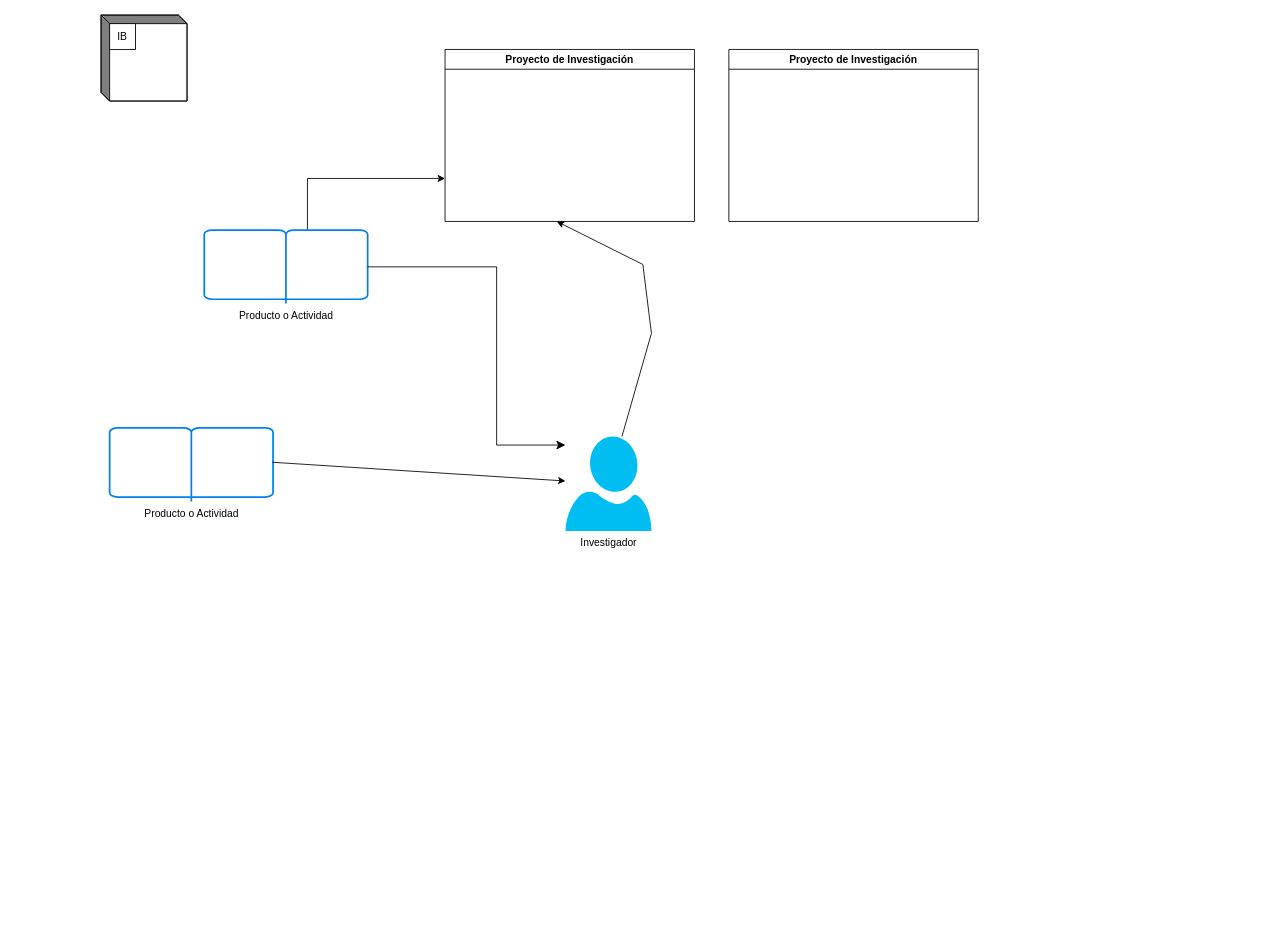
The draw.io diagram relaciones.drawio in mariogb/automatic-code-write, before the edit. Source tidied: cells renumbered, new cells numbered last; positions are measured from the earlier drawing's top-left corner, leaving out a move shared by most shapes. Both pictures are drawn from the tidied source at 86%, with x=0, y=0 at pixel (101, 15).
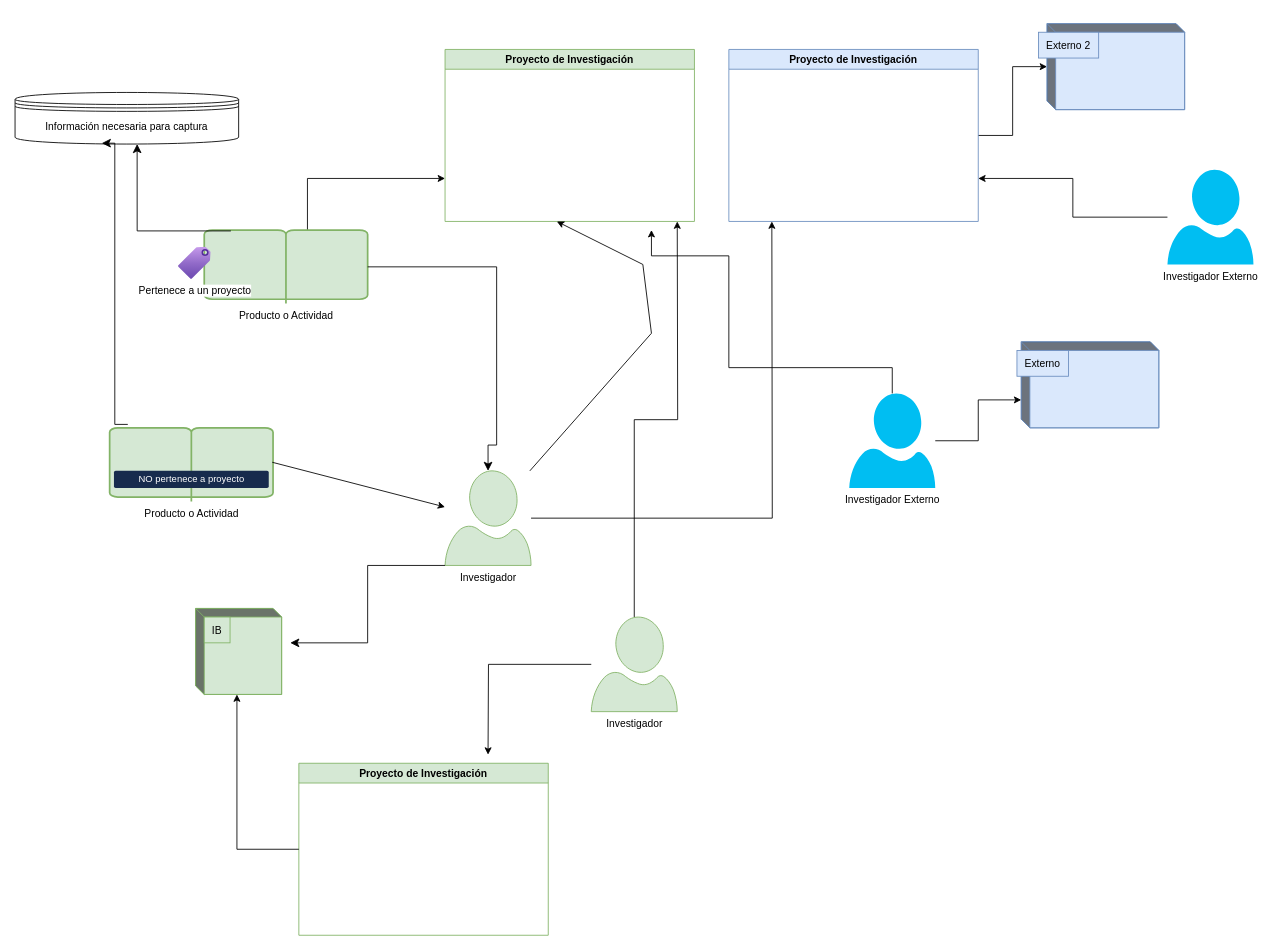
The same page after the edit.

What changed in the source:
```diff
@@
-    <mxCell id="2" value="Proyecto de Investigación" style="swimlane;startSize=23;" parent="1" vertex="1">
+    <mxCell id="2" value="Proyecto de Investigación" style="swimlane;startSize=23;fillColor=#d5e8d4;strokeColor=#82b366;" parent="1" vertex="1">
       <mxGeometry x="400" y="40" width="290" height="200" as="geometry" />
     </mxCell>
+    <mxCell id="13" style="edgeStyle=orthogonalEdgeStyle;rounded=0;jettySize=auto;html=1;" parent="1" edge="1" source="3">
+      <mxGeometry relative="1" as="geometry">
+        <mxPoint x="780" y="240" as="targetPoint" />
+      </mxGeometry>
+    </mxCell>
-    <mxCell id="3" value="Investigador" style="verticalLabelPosition=bottom;html=1;verticalAlign=top;align=center;strokeColor=none;fillColor=#00BEF2;shape=mxgraph.azure.user;" parent="1" vertex="1">
-      <mxGeometry x="540" y="490" width="100" height="110" as="geometry" />
+    <mxCell id="3" value="Investigador" style="verticalLabelPosition=bottom;html=1;verticalAlign=top;align=center;strokeColor=#82b366;fillColor=#d5e8d4;shape=mxgraph.azure.user;" parent="1" vertex="1">
+      <mxGeometry x="400" y="530" width="100" height="110" as="geometry" />
     </mxCell>
@@
-    <mxCell id="5" value="Producto o Actividad" style="html=1;verticalLabelPosition=bottom;align=center;labelBackgroundColor=#ffffff;verticalAlign=top;strokeWidth=2;strokeColor=#0080F0;shadow=0;dashed=0;shape=mxgraph.ios7.icons.book;" parent="1" vertex="1">
+    <mxCell id="5" value="Producto o Actividad" style="html=1;verticalLabelPosition=bottom;align=center;labelBackgroundColor=#ffffff;verticalAlign=top;strokeWidth=2;strokeColor=#82b366;shadow=0;dashed=0;shape=mxgraph.ios7.icons.book;fillColor=#d5e8d4;" parent="1" vertex="1">
       <mxGeometry x="120" y="250" width="190" height="85.5" as="geometry" />
     </mxCell>
-    <mxCell id="6" value="Producto o Actividad" style="html=1;verticalLabelPosition=bottom;align=center;labelBackgroundColor=#ffffff;verticalAlign=top;strokeWidth=2;strokeColor=#0080F0;shadow=0;dashed=0;shape=mxgraph.ios7.icons.book;" parent="1" vertex="1">
+    <mxCell id="6" value="Producto o Actividad" style="html=1;verticalLabelPosition=bottom;align=center;labelBackgroundColor=#ffffff;verticalAlign=top;strokeWidth=2;strokeColor=#82b366;shadow=0;dashed=0;shape=mxgraph.ios7.icons.book;fillColor=#d5e8d4;" parent="1" vertex="1">
       <mxGeometry x="10" y="480" width="190" height="85.5" as="geometry" />
     </mxCell>
@@
-    <mxCell id="10" style="html=1;dashed=0;whiteSpace=wrap;shape=mxgraph.dfd.externalEntity;" parent="1" vertex="1">
-      <mxGeometry width="100" height="100" as="geometry" />
+    <mxCell id="10" style="html=1;dashed=0;whiteSpace=wrap;shape=mxgraph.dfd.externalEntity;fillColor=#d5e8d4;strokeColor=#82b366;" parent="1" vertex="1">
+      <mxGeometry x="110" y="690" width="100" height="100" as="geometry" />
     </mxCell>
@@
+    <mxCell id="14" style="edgeStyle=orthogonalEdgeStyle;rounded=0;jettySize=auto;html=1;" parent="1" edge="1" source="12" target="21">
+      <mxGeometry relative="1" as="geometry" />
+    </mxCell>
-    <mxCell id="12" value="Proyecto de Investigación" style="swimlane;startSize=23;" parent="1" vertex="1">
+    <mxCell id="12" value="Proyecto de Investigación" style="swimlane;startSize=23;fillColor=#dae8fc;strokeColor=#6c8ebf;" parent="1" vertex="1">
       <mxGeometry x="730" y="40" width="290" height="200" as="geometry" />
     </mxCell>
+    <mxCell id="15" style="edgeStyle=elbowEdgeStyle;elbow=horizontal;endArrow=classic;html=1;curved=0;rounded=0;endSize=8;startSize=8;exitX=0;exitY=1;exitDx=0;exitDy=0;exitPerimeter=0;" parent="1" edge="1" source="3">
+      <mxGeometry relative="1" as="geometry">
+        <mxPoint x="220" y="730" as="targetPoint" />
+      </mxGeometry>
+    </mxCell>
+    <mxCell id="16" style="edgeStyle=orthogonalEdgeStyle;rounded=0;jettySize=auto;html=1;" parent="1" edge="1" source="17">
+      <mxGeometry relative="1" as="geometry">
+        <mxPoint x="640" y="250" as="targetPoint" />
+        <Array as="points">
+          <mxPoint x="920" y="410" />
+          <mxPoint x="730" y="410" />
+          <mxPoint x="730" y="280" />
+        </Array>
+      </mxGeometry>
+    </mxCell>
+    <mxCell id="17" value="Investigador Externo" style="verticalLabelPosition=bottom;html=1;verticalAlign=top;align=center;strokeColor=none;fillColor=#00BEF2;shape=mxgraph.azure.user;" parent="1" vertex="1">
+      <mxGeometry x="870" y="440" width="100" height="110" as="geometry" />
+    </mxCell>
+    <mxCell id="18" style="html=1;dashed=0;whiteSpace=wrap;shape=mxgraph.dfd.externalEntity;fillColor=#dae8fc;strokeColor=#6c8ebf;" parent="1" vertex="1">
+      <mxGeometry x="1070" y="380" width="160" height="100" as="geometry" />
+    </mxCell>
+    <mxCell id="19" value="Externo" style="strokeColor=inherit;fillColor=inherit;gradientColor=inherit;" parent="18" vertex="1">
+      <mxGeometry width="60" height="30" relative="1" as="geometry">
+        <mxPoint x="-5" y="10" as="offset" />
+      </mxGeometry>
+    </mxCell>
+    <mxCell id="20" style="edgeStyle=orthogonalEdgeStyle;rounded=0;jettySize=auto;html=1;entryX=0;entryY=0;entryDx=0;entryDy=67.5;entryPerimeter=0;" parent="1" edge="1" source="17" target="18">
+      <mxGeometry relative="1" as="geometry" />
+    </mxCell>
+    <mxCell id="21" style="html=1;dashed=0;whiteSpace=wrap;shape=mxgraph.dfd.externalEntity;fillColor=#dae8fc;strokeColor=#6c8ebf;" parent="1" vertex="1">
+      <mxGeometry x="1100" y="10" width="160" height="100" as="geometry" />
+    </mxCell>
+    <mxCell id="22" value="Externo 2" style="strokeColor=inherit;fillColor=inherit;gradientColor=inherit;" parent="21" vertex="1">
+      <mxGeometry width="70" height="30" relative="1" as="geometry">
+        <mxPoint x="-10" y="10" as="offset" />
+      </mxGeometry>
+    </mxCell>
+    <mxCell id="23" value="Información necesaria para captura" style="shape=datastore;whiteSpace=wrap;html=1;" parent="1" vertex="1">
+      <mxGeometry x="-100" y="90" width="260" height="60" as="geometry" />
+    </mxCell>
+    <mxCell id="24" style="edgeStyle=segmentEdgeStyle;endArrow=classic;html=1;curved=0;rounded=0;endSize=8;startSize=8;exitX=0.163;exitY=0.012;exitDx=0;exitDy=0;exitPerimeter=0;entryX=0.546;entryY=1;entryDx=0;entryDy=0;entryPerimeter=0;" parent="1" edge="1" source="5" target="23">
+      <mxGeometry relative="1" as="geometry" />
+    </mxCell>
+    <mxCell id="25" style="edgeStyle=elbowEdgeStyle;elbow=horizontal;endArrow=classic;html=1;curved=0;rounded=0;endSize=8;startSize=8;exitX=0.111;exitY=-0.047;exitDx=0;exitDy=0;exitPerimeter=0;entryX=0.388;entryY=0.983;entryDx=0;entryDy=0;entryPerimeter=0;" parent="1" edge="1" source="6" target="23">
+      <mxGeometry relative="1" as="geometry" />
+    </mxCell>
+    <mxCell id="26" style="edgeStyle=orthogonalEdgeStyle;rounded=0;jettySize=auto;html=1;" parent="1" edge="1" source="28">
+      <mxGeometry relative="1" as="geometry">
+        <mxPoint x="450" y="860" as="targetPoint" />
+      </mxGeometry>
+    </mxCell>
+    <mxCell id="27" style="edgeStyle=orthogonalEdgeStyle;rounded=0;jettySize=auto;html=1;" parent="1" edge="1" source="28">
+      <mxGeometry relative="1" as="geometry">
+        <mxPoint x="670" y="240" as="targetPoint" />
+      </mxGeometry>
+    </mxCell>
+    <mxCell id="28" value="Investigador" style="verticalLabelPosition=bottom;html=1;verticalAlign=top;align=center;strokeColor=#82b366;fillColor=#d5e8d4;shape=mxgraph.azure.user;" parent="1" vertex="1">
+      <mxGeometry x="570" y="700" width="100" height="110" as="geometry" />
+    </mxCell>
+    <mxCell id="29" value="Proyecto de Investigación" style="swimlane;startSize=23;fillColor=#d5e8d4;strokeColor=#82b366;" parent="1" vertex="1">
+      <mxGeometry x="230" y="870" width="290" height="200" as="geometry" />
+    </mxCell>
+    <mxCell id="30" style="edgeStyle=orthogonalEdgeStyle;rounded=0;jettySize=auto;html=1;entryX=0.48;entryY=1;entryDx=0;entryDy=0;entryPerimeter=0;" parent="1" edge="1" source="29" target="10">
+      <mxGeometry relative="1" as="geometry" />
+    </mxCell>
+    <mxCell id="31" value="Pertenece a un proyecto" style="image;html=1;align=center;fontSize=12;image=img/lib/azure2/general/Tag.svg;" parent="1" vertex="1">
+      <mxGeometry x="90" y="270" width="38" height="37.3" as="geometry" />
+    </mxCell>
+    <mxCell id="32" value="NO pertenece a proyecto" style="rounded=1;arcSize=10;fillColor=#172B4D;strokeColor=none;html=1;fontSize=11;align=center;fontColor=#ffffff;fontStyle=0;fontSize=11;sketch=0;" parent="1" vertex="1">
+      <mxGeometry x="15" y="530" width="180" height="20" as="geometry" />
+    </mxCell>
+    <mxCell id="33" style="edgeStyle=orthogonalEdgeStyle;rounded=0;jettySize=auto;html=1;entryX=1;entryY=0.75;entryDx=0;entryDy=0;" parent="1" edge="1" source="34" target="12">
+      <mxGeometry relative="1" as="geometry" />
+    </mxCell>
+    <mxCell id="34" value="Investigador Externo" style="verticalLabelPosition=bottom;html=1;verticalAlign=top;align=center;strokeColor=none;fillColor=#00BEF2;shape=mxgraph.azure.user;" parent="1" vertex="1">
+      <mxGeometry x="1240" y="180" width="100" height="110" as="geometry" />
+    </mxCell>
```
